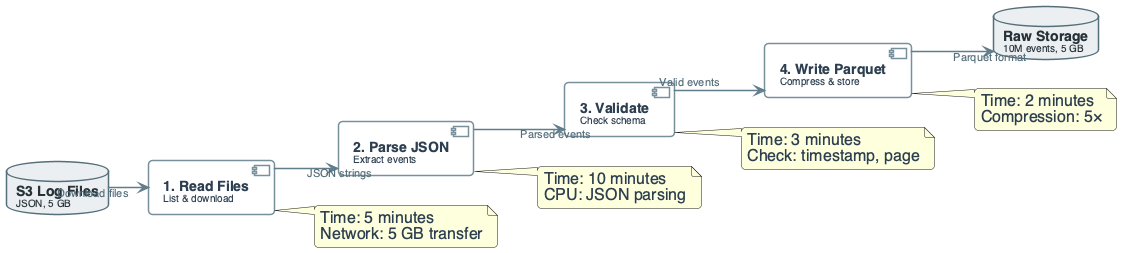
Before: diagrams/week01/week1_lecture_slide20_ingestion.png, a diagram exported from PlantUML (OrPerets/data-engineering-course).
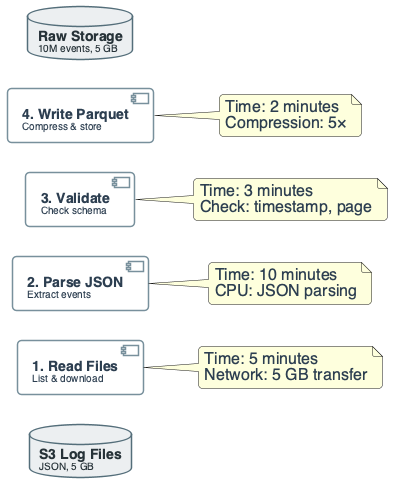
Above is the later version.

The edit, as a diff of the source:
```diff
@@ -8,7 +8,7 @@
 skinparam nodesep 30
 skinparam ranksep 40
 
-skinparam defaultFontName "Segoe UI", "Helvetica", sans-serif
+skinparam defaultFontName "Segoe UI, Helvetica, sans-serif"
 skinparam defaultFontSize 16
 skinparam defaultFontColor #2C3E50
 
@@ -69,6 +69,54 @@
     FontColor #E65100
 }
 
+skinparam component<<Bad>> {
+    BorderColor #C62828
+    BackgroundColor #FFEBEE
+    FontColor #B71C1C
+}
+
+skinparam component<<V1>> {
+    BorderColor #F57C00
+    BackgroundColor #FFF3E0
+    FontColor #E65100
+}
+
+skinparam component<<V2>> {
+    BorderColor #2E7D32
+    BackgroundColor #E8F5E9
+    FontColor #1B5E20
+}
+
+skinparam component<<up>> {
+    BackgroundColor #E8F5E9
+    BorderColor #2E7D32
+}
+
+skinparam component<<down>> {
+    BackgroundColor #FFEBEE
+    BorderColor #C62828
+}
+
+skinparam database<<up>> {
+    BackgroundColor #E8F5E9
+    BorderColor #2E7D32
+}
+
+skinparam database<<down>> {
+    BackgroundColor #FFEBEE
+    BorderColor #C62828
+}
+
+skinparam component<<success>> {
+    BackgroundColor #E8F5E9
+    BorderColor #2E7D32
+}
+
+skinparam component<<failure>> {
+    BackgroundColor #FFEBEE
+    BorderColor #C62828
+}
+
 
 database "**S3 Log Files**\n<size:10>JSON, 5 GB</size>" as S3
 
@@ -81,13 +129,6 @@
 component "**4. Write Parquet**\n<size:10>Compress & store</size>" as WRITE
 
 database "**Raw Storage**\n<size:10>10M events, 5 GB</size>" as RAW
-
-
-S3 --> READ : "Download files"
-READ --> PARSE : "JSON strings"
-PARSE --> VALIDATE : "Parsed events"
-VALIDATE --> WRITE : "Valid events"
-WRITE --> RAW : "Parquet format"
 
 note right of READ
   Time: 5 minutes
```
